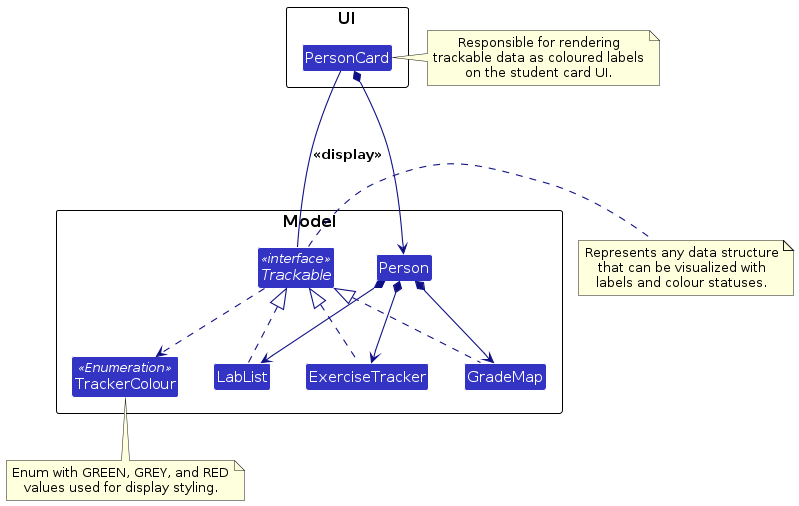
Above: diagrams/Trackable/TrackableClassDiagram.png in AY2526S1-CS2103T-T09-3/tp (PlantUML), before the change. Its source is kept beside it as diagrams/Trackable/TrackableClassDiagram.puml.
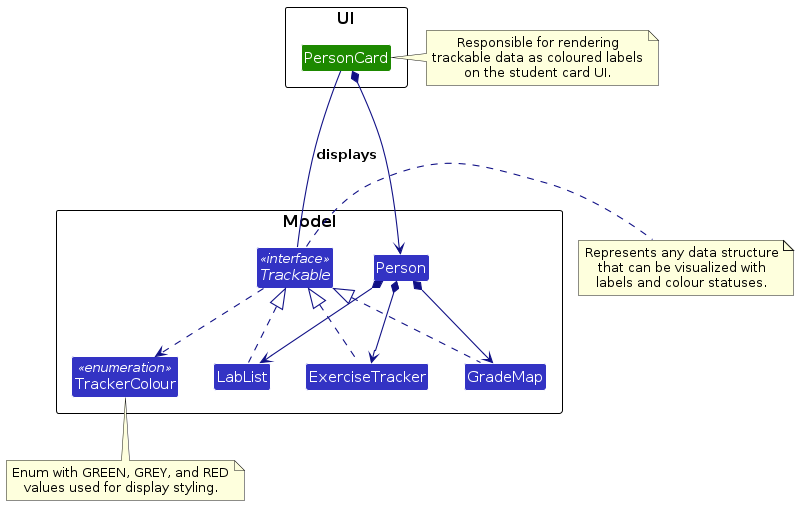
The same file after the commit.

The edit, as a diff of the source:
```diff
@@ -3,14 +3,15 @@
 skinparam arrowThickness 1.1
 skinparam arrowColor LOGIC_COLOR_T4
 skinparam classBackgroundColor LOGIC_COLOR
+skinparam ModelPackage MODEL_COLOR
 
 package UI as UIPackage {
-    class PersonCard
+    class PersonCard UI_COLOR
 }
 
 package Model as ModelPackage {
     interface Trackable <<interface>>
-    enum TrackerColour <<Enumeration>>
+    enum TrackerColour <<enumeration>>
     class Person
     class ExerciseTracker
     class LabList
@@ -18,7 +19,7 @@
 }
 
 PersonCard *--> Person
-PersonCard --- Trackable : <<display>>
+PersonCard --- Trackable:displays
 
 Trackable <|.. ExerciseTracker
 Trackable <|.. LabList
```
